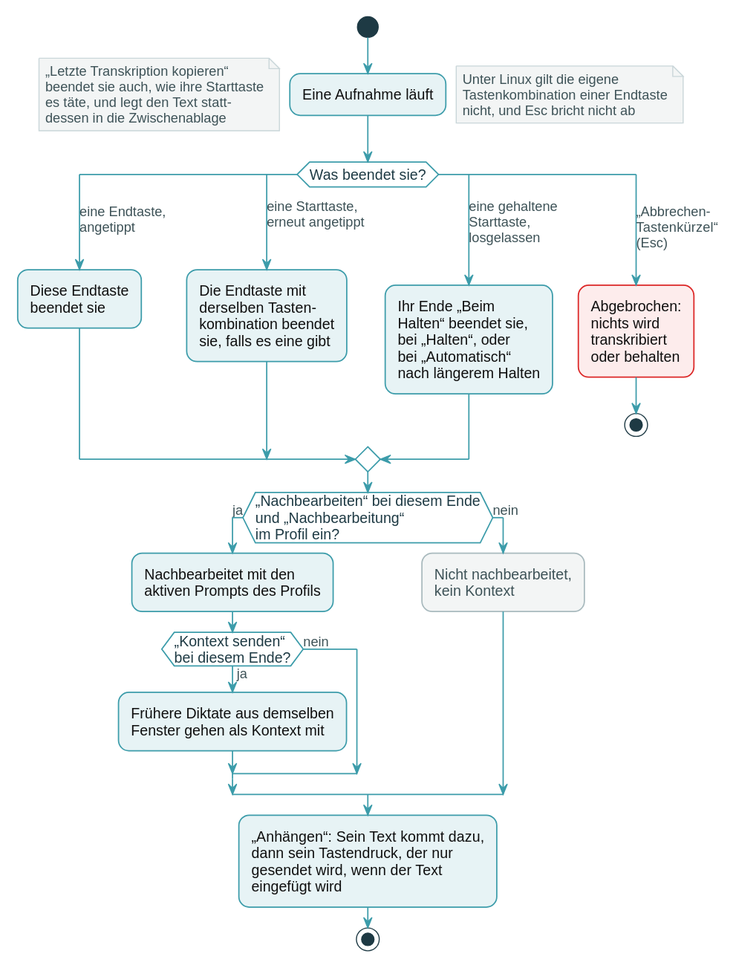
Before: docs/manual/public/diagrams/de/how-a-recording-ends.light.svg, a diagram exported from PlantUML (yaccob/DanyWhere).
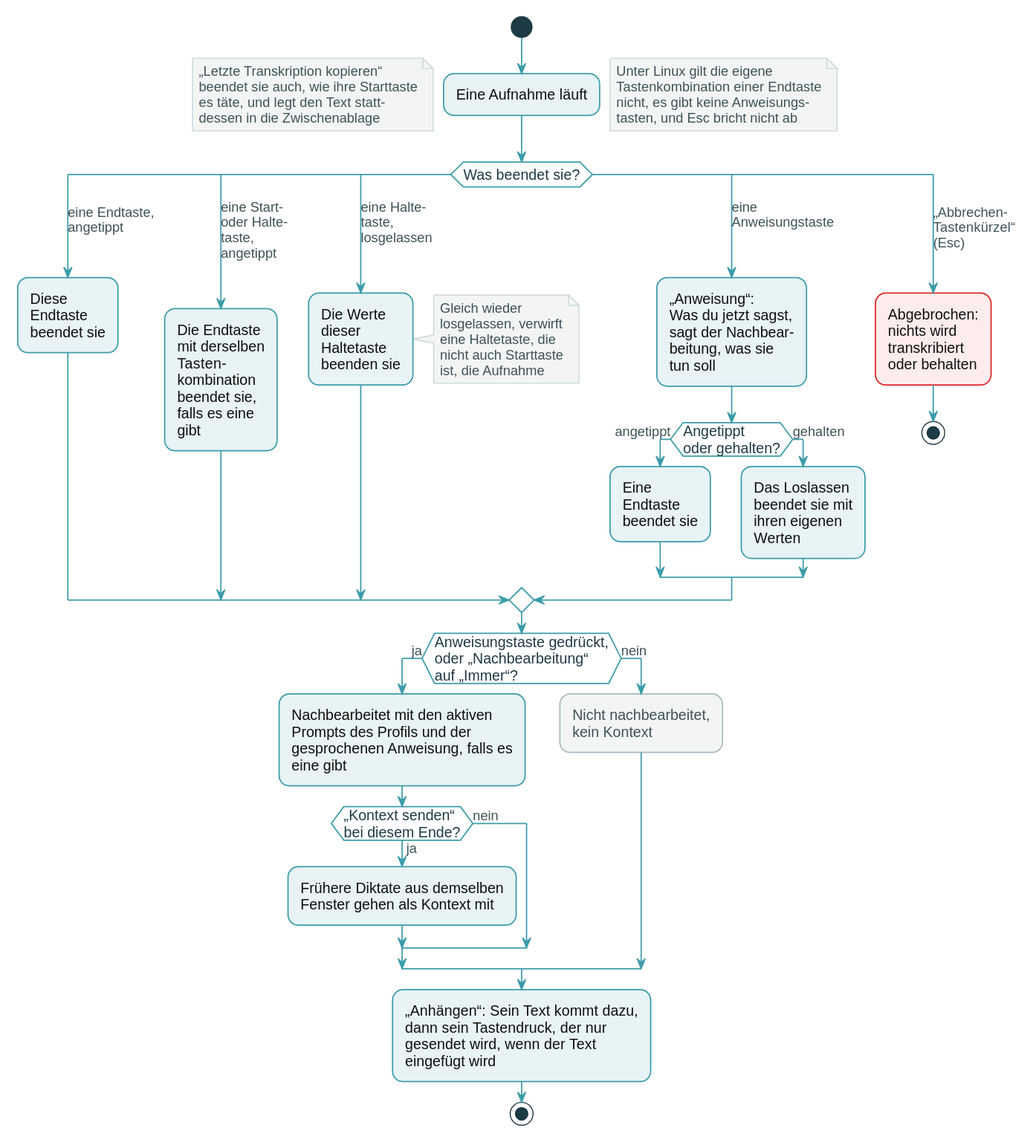
Above is the later version.

Change to the diagram source:
```diff
@@ -3,18 +3,26 @@
 !$no = "nein"
 !$runs = "Eine Aufnahme läuft"
 !$noteCopy = "„Letzte Transkription kopieren“\nbeendet sie auch, wie ihre Starttaste\nes täte, und legt den Text statt-\ndessen in die Zwischenablage"
-!$noteLinux = "Unter Linux gilt die eigene\nTastenkombination einer Endtaste\nnicht, und Esc bricht nicht ab"
+!$noteLinux = "Unter Linux gilt die eigene\nTastenkombination einer Endtaste\nnicht, es gibt keine Anweisungs-\ntasten, und Esc bricht nicht ab"
 !$qWhat = "Was beendet sie?"
 !$aEndKey = "eine Endtaste,\nangetippt"
-!$endKey = "Diese Endtaste\nbeendet sie"
-!$aStartAgain = "eine Starttaste,\nerneut angetippt"
-!$startAgain = "Die Endtaste mit\nderselben Tasten-\nkombination beendet\nsie, falls es eine gibt"
-!$aReleased = "eine gehaltene\nStarttaste,\nlosgelassen"
-!$held = "Ihr Ende „Beim\nHalten“ beendet sie,\nbei „Halten“, oder\nbei „Automatisch“\nnach längerem Halten"
+!$endKey = "Diese\nEndtaste\nbeendet sie"
+!$aStartAgain = "eine Start-\noder Halte-\ntaste,\nangetippt"
+!$startAgain = "Die Endtaste\nmit derselben\nTasten-\nkombination\nbeendet sie,\nfalls es eine\ngibt"
+!$aReleased = "eine Halte-\ntaste,\nlosgelassen"
+!$held = "Die Werte\ndieser\nHaltetaste\nbeenden sie"
+!$noteShort = "Gleich wieder\nlosgelassen, verwirft\neine Haltetaste, die\nnicht auch Starttaste\nist, die Aufnahme"
+!$aInstruction = "eine\nAnweisungstaste"
+!$instruction = "„Anweisung“:\nWas du jetzt sagst,\nsagt der Nachbear-\nbeitung, was sie\ntun soll"
+!$qInstrHow = "Angetippt\noder gehalten?"
+!$aTapped = "angetippt"
+!$aHeld = "gehalten"
+!$instrTapped = "Eine\nEndtaste\nbeendet sie"
+!$instrHeld = "Das Loslassen\nbeendet sie mit\nihren eigenen\nWerten"
 !$aCancel = "„Abbrechen-\nTastenkürzel“\n(Esc)"
 !$cancelled = "Abgebrochen:\nnichts wird\ntranskribiert\noder behalten"
-!$qPost = "„Nachbearbeiten“ bei diesem Ende\nund „Nachbearbeitung“\nim Profil ein?"
-!$post = "Nachbearbeitet mit den\naktiven Prompts des Profils"
+!$qPost = "Anweisungstaste gedrückt,\noder „Nachbearbeitung“\nauf „Immer“?"
+!$post = "Nachbearbeitet mit den aktiven\nPrompts des Profils und der\ngesprochenen Anweisung, falls es\neine gibt"
 !$qContext = "„Kontext senden“\nbei diesem Ende?"
 !$context = "Frühere Diktate aus demselben\nFenster gehen als Kontext mit"
 !$notPost = "Nicht nachbearbeitet,\nkein Kontext"
```
